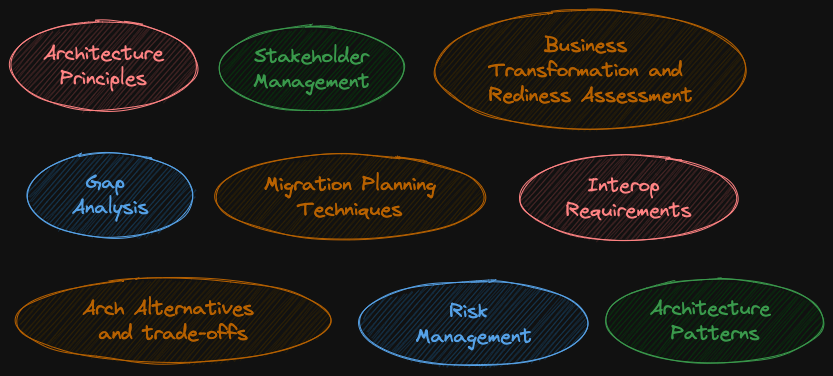
Before: TOGAF/Part 1 Course Notes/5. ADM Guidelines and Tools/img/adm-guidelines-techiniques.excalidraw.png, a diagram exported from Excalidraw (kodebot/notes). Source tidied: one line per element, renumbered; positions are measured from the earlier drawing's top-left corner, leaving out a move shared by most shapes.
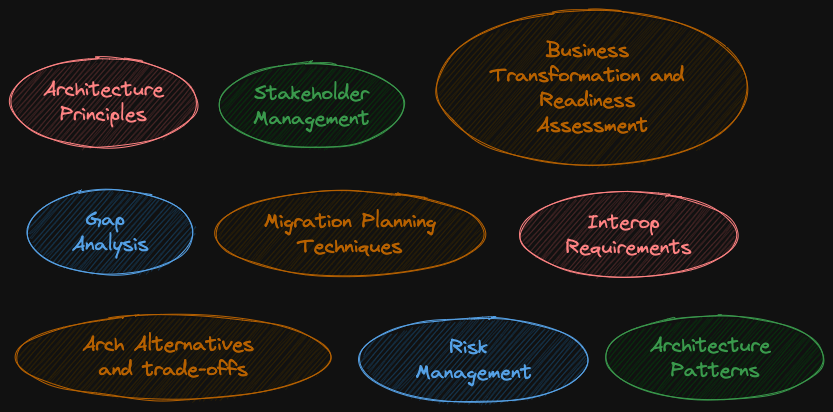
After the change.

Diff of the diagram source:
```diff
@@ -10,8 +10,8 @@
 {"id": 9, "type": "text", "text": "Migration Planning\nTechniques", "strokeColor": "#f08c00", "backgroundColor": "#ffc9c9", "fillStyle": "hachure", "strokeWidth": 1, "roughness": 1, "fontSize": 20, "fontFamily": 1, "textAlign": "center", "verticalAlign": "middle", "inside": 8, "x": 254, "y": 162, "width": 172, "height": 50}
 {"id": 10, "type": "ellipse", "strokeColor": "#e03131", "backgroundColor": "#ffc9c9", "fillStyle": "hachure", "strokeWidth": 1, "roughness": 1, "round": true, "x": 510, "y": 146, "width": 217, "height": 85}
 {"id": 11, "type": "text", "text": "Interop \nRequirements", "strokeColor": "#e03131", "backgroundColor": "#ffc9c9", "fillStyle": "hachure", "strokeWidth": 1, "roughness": 1, "fontSize": 20, "fontFamily": 1, "textAlign": "center", "verticalAlign": "middle", "inside": 10, "x": 556, "y": 163, "width": 126, "height": 50}
-{"id": 12, "type": "ellipse", "strokeColor": "#f08c00", "backgroundColor": "#ffec99", "fillStyle": "hachure", "strokeWidth": 1, "roughness": 1, "round": true, "x": 425, "y": 0, "width": 311, "height": 120}
+{"id": 12, "type": "ellipse", "strokeColor": "#f08c00", "backgroundColor": "#ffec99", "fillStyle": "hachure", "strokeWidth": 1, "roughness": 1, "round": true, "x": 427, "y": -37, "width": 311, "height": 156}
-{"id": 13, "type": "text", "text": "Business \nTransformation and \nRediness Assessment", "strokeColor": "#f08c00", "backgroundColor": "#ffc9c9", "fillStyle": "hachure", "strokeWidth": 1, "roughness": 1, "fontSize": 20, "fontFamily": 1, "textAlign": "center", "verticalAlign": "middle", "inside": 12, "x": 479, "y": 23, "width": 204, "height": 75}
+{"id": 13, "type": "text", "text": "Business \nTransformation and \nReadiness \nAssessment", "strokeColor": "#f08c00", "backgroundColor": "#ffc9c9", "fillStyle": "hachure", "strokeWidth": 1, "roughness": 1, "fontSize": 20, "fontFamily": 1, "textAlign": "center", "verticalAlign": "middle", "inside": 12, "x": 481, "y": -9, "width": 204, "height": 100}
 {"id": 14, "type": "ellipse", "strokeColor": "#1971c2", "backgroundColor": "#a5d8ff", "fillStyle": "hachure", "strokeWidth": 1, "roughness": 1, "round": true, "x": 350, "y": 271, "width": 228, "height": 85}
 {"id": 15, "type": "text", "text": "Risk \nManagement", "strokeColor": "#1971c2", "backgroundColor": "#ffc9c9", "fillStyle": "hachure", "strokeWidth": 1, "roughness": 1, "fontSize": 20, "fontFamily": 1, "textAlign": "center", "verticalAlign": "middle", "inside": 14, "x": 405, "y": 289, "width": 117, "height": 50}
 {"id": 16, "type": "ellipse", "strokeColor": "#f08c00", "backgroundColor": "#ffec99", "fillStyle": "hachure", "strokeWidth": 1, "roughness": 1, "round": true, "x": 6, "y": 268, "width": 314, "height": 85}
```
